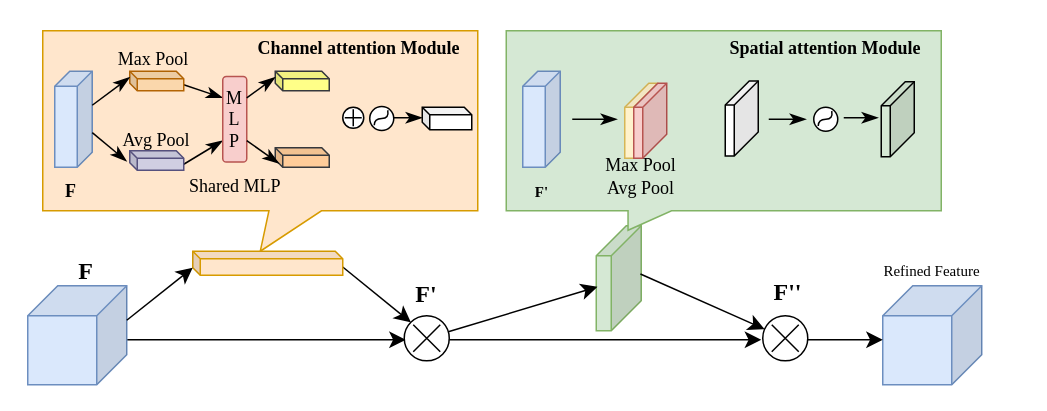
Above: DrawIO_file/流程图/CBAM注意力机制.drawio in DingDongZz/typera_PicGO (draw.io), before the change. Source tidied: cells renumbered, new cells numbered last; positions are measured from the earlier drawing's top-left corner, leaving out a move shared by most shapes. Both pictures are drawn from the tidied source at 150%, with x=0, y=0 at pixel (26, 26).
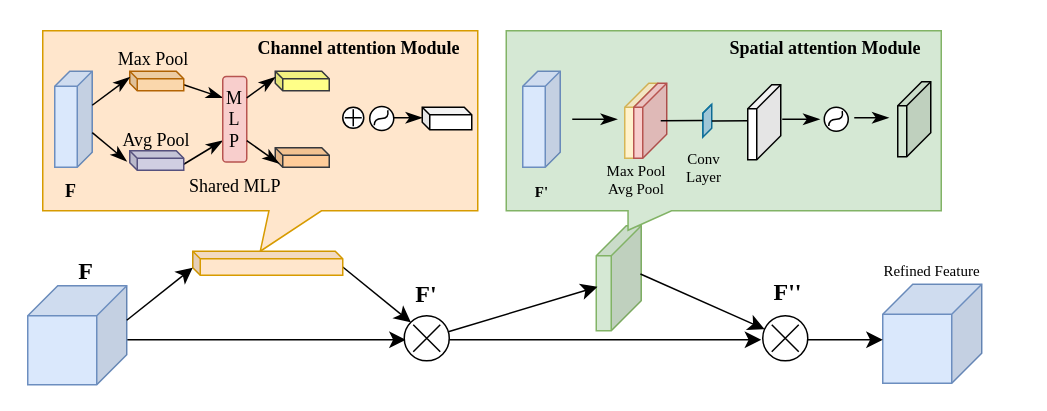
After the change.

Commit message (it also covers changes not shown here):
更新CBAM注意力机制.drawio

What changed in the source:
```diff
@@
     <mxCell id="6" style="shape=cube;whiteSpace=wrap;html=1;boundedLbl=1;backgroundOutline=1;darkOpacity=0.05;darkOpacity2=0.1;flipH=1;fillColor=#dae8fc;strokeColor=#6c8ebf;size=20;fontFamily=Times New Roman;labelBackgroundColor=none;" parent="1" vertex="1">
-      <mxGeometry x="571" y="173" width="66" height="66" as="geometry" />
+      <mxGeometry x="571" y="172" width="66" height="66" as="geometry" />
     </mxCell>
@@
     <mxCell id="33" style="shape=cube;whiteSpace=wrap;html=1;boundedLbl=1;backgroundOutline=1;darkOpacity=0.05;darkOpacity2=0.1;size=16;flipV=0;flipH=1;fontFamily=Times New Roman;fillColor=none;labelBackgroundColor=none;" parent="1" vertex="1">
-      <mxGeometry x="570" y="37" width="22" height="50" as="geometry" />
+      <mxGeometry x="581" y="37" width="22" height="50" as="geometry" />
     </mxCell>
@@
     <mxCell id="35" style="shape=cube;whiteSpace=wrap;html=1;boundedLbl=1;backgroundOutline=1;darkOpacity=0.05;darkOpacity2=0.1;size=16;flipV=0;flipH=1;fontFamily=Times New Roman;labelBackgroundColor=none;" parent="1" vertex="1">
-      <mxGeometry x="466" y="36.5" width="22" height="50" as="geometry" />
+      <mxGeometry x="481" y="39" width="22" height="50" as="geometry" />
     </mxCell>
@@
     <mxCell id="43" style="group;fontFamily=Times New Roman;labelBackgroundColor=none;" parent="1" vertex="1">
-      <mxGeometry x="522" y="50" width="16" height="16" as="geometry" />
+      <mxGeometry x="529" y="50" width="16" height="16" as="geometry" />
     </mxCell>
@@
-    <mxCell id="58" value="Max Pool&lt;div&gt;Avg Pool&lt;/div&gt;" style="text;html=1;align=center;verticalAlign=middle;whiteSpace=wrap;rounded=0;fontFamily=Times New Roman;fontSize=12;labelBackgroundColor=none;fillColor=none;" parent="1" vertex="1">
-      <mxGeometry x="380" y="84.5" width="60" height="30" as="geometry" />
+    <mxCell id="58" value="Max Pool&lt;div&gt;Avg Pool&lt;/div&gt;" style="text;html=1;align=center;verticalAlign=middle;whiteSpace=wrap;rounded=0;fontFamily=Times New Roman;fontSize=10;labelBackgroundColor=none;fillColor=none;" parent="1" vertex="1">
+      <mxGeometry x="377" y="87" width="60" height="30" as="geometry" />
     </mxCell>
@@
     <mxCell id="60" style="edgeStyle=none;shape=connector;curved=1;rounded=0;orthogonalLoop=1;jettySize=auto;html=1;entryX=0;entryY=0;entryDx=0;entryDy=10;entryPerimeter=0;strokeColor=default;align=center;verticalAlign=middle;fontFamily=Times New Roman;fontSize=12;fontColor=default;labelBackgroundColor=none;startSize=8;endArrow=classicThin;endFill=1;endSize=8;" parent="1" edge="1">
       <mxGeometry relative="1" as="geometry">
-        <mxPoint x="495" y="62" as="sourcePoint" />
-        <mxPoint x="520" y="62" as="targetPoint" />
+        <mxPoint x="504" y="62" as="sourcePoint" />
+        <mxPoint x="529" y="62" as="targetPoint" />
       </mxGeometry>
     </mxCell>
     <mxCell id="61" style="edgeStyle=none;shape=connector;curved=1;rounded=0;orthogonalLoop=1;jettySize=auto;html=1;entryX=0;entryY=0;entryDx=0;entryDy=10;entryPerimeter=0;strokeColor=default;align=center;verticalAlign=middle;fontFamily=Times New Roman;fontSize=12;fontColor=default;labelBackgroundColor=none;startSize=8;endArrow=classicThin;endFill=1;endSize=8;" parent="1" edge="1">
       <mxGeometry relative="1" as="geometry">
-        <mxPoint x="545" y="61" as="sourcePoint" />
-        <mxPoint x="568" y="61" as="targetPoint" />
+        <mxPoint x="552" y="61" as="sourcePoint" />
+        <mxPoint x="575" y="61" as="targetPoint" />
       </mxGeometry>
     </mxCell>
+    <mxCell id="62" style="shape=cube;whiteSpace=wrap;html=1;boundedLbl=1;backgroundOutline=1;darkOpacity=0.05;darkOpacity2=0.1;size=16;flipV=0;flipH=1;fontFamily=Times New Roman;labelBackgroundColor=none;fillColor=#b1ddf0;strokeColor=#10739e;" parent="1" vertex="1">
+      <mxGeometry x="451" y="52" width="6" height="22" as="geometry" />
+    </mxCell>
+    <mxCell id="63" value="Conv&lt;div&gt;Layer&lt;/div&gt;" style="text;html=1;align=center;verticalAlign=middle;whiteSpace=wrap;rounded=0;fontFamily=Times New Roman;fontSize=10;labelBackgroundColor=none;fillColor=none;" parent="1" vertex="1">
+      <mxGeometry x="422" y="79" width="60" height="30" as="geometry" />
+    </mxCell>
+    <mxCell id="64" style="endArrow=none;html=1;rounded=0;strokeColor=default;align=center;verticalAlign=middle;fontFamily=Helvetica;fontSize=12;fontColor=default;labelBackgroundColor=default;edgeStyle=none;startSize=8;endSize=8;curved=1;entryX=1.013;entryY=0.587;entryDx=0;entryDy=0;entryPerimeter=0;" parent="1" edge="1">
+      <mxGeometry relative="1" as="geometry">
+        <mxPoint x="423" y="63" as="sourcePoint" />
+        <mxPoint x="450.9" y="62.9" as="targetPoint" />
+      </mxGeometry>
+    </mxCell>
+    <mxCell id="65" style="endArrow=none;html=1;rounded=0;strokeColor=default;align=center;verticalAlign=middle;fontFamily=Helvetica;fontSize=12;fontColor=default;labelBackgroundColor=default;edgeStyle=none;startSize=8;endSize=8;curved=1;entryX=1.013;entryY=0.587;entryDx=0;entryDy=0;entryPerimeter=0;" parent="1" edge="1">
+      <mxGeometry relative="1" as="geometry">
+        <mxPoint x="457.1" y="63.1" as="sourcePoint" />
+        <mxPoint x="481" y="63" as="targetPoint" />
+      </mxGeometry>
+    </mxCell>
```
